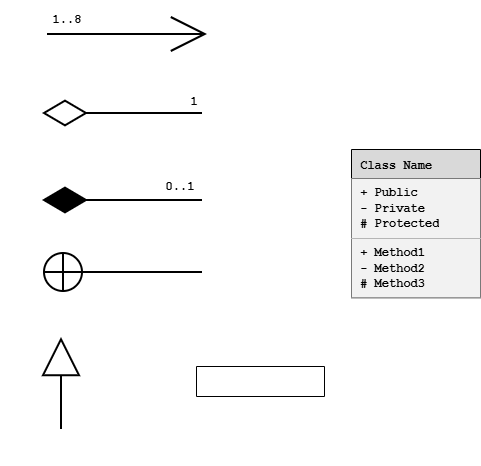
Earlier version of the draw.io export 01_Standards/Templates/Milestone_4_Interfaces_and_Data_Structures/M4_ClassDiagram_Templates.drawio.png (JmmonJeremy/CareerBound-SDD). Source tidied: cells renumbered, new cells last; positions are measured from the earlier drawing's top-left corner, leaving out a move shared by most shapes.
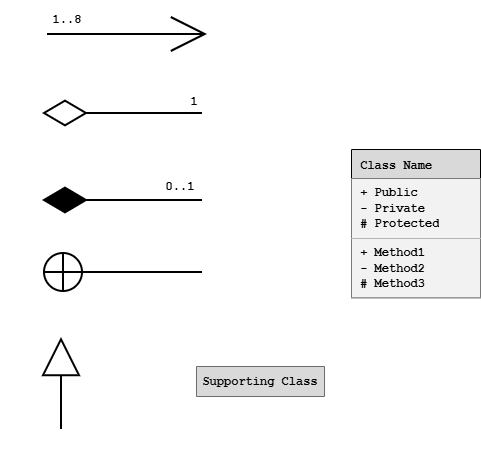
The same file after the commit.

Change to the diagram source:
```diff
@@ -62,7 +62,7 @@
     <mxCell id="16" style="shape=tableRow;horizontal=0;startSize=0;swimlaneHead=0;swimlaneBody=0;strokeColor=inherit;top=0;left=0;bottom=0;right=0;fillColor=none;fixedHeader=1;" parent="15" vertex="1">
       <mxGeometry width="128" height="30" as="geometry" />
     </mxCell>
-    <mxCell id="17" style="shape=partialRectangle;html=1;whiteSpace=wrap;strokeColor=inherit;overflow=hidden;fillColor=none;top=0;left=0;bottom=0;right=0;" parent="16" vertex="1">
+    <mxCell id="17" value="&lt;font face=&quot;Courier New&quot;&gt;&lt;b&gt;Supporting Class&lt;/b&gt;&lt;/font&gt;" style="shape=partialRectangle;html=1;whiteSpace=wrap;strokeColor=inherit;overflow=hidden;fillColor=#D9D9D9;top=0;left=0;bottom=0;right=0;" parent="16" vertex="1">
       <mxGeometry width="128" height="30" as="geometry" />
     </mxCell>
   </root>
```
